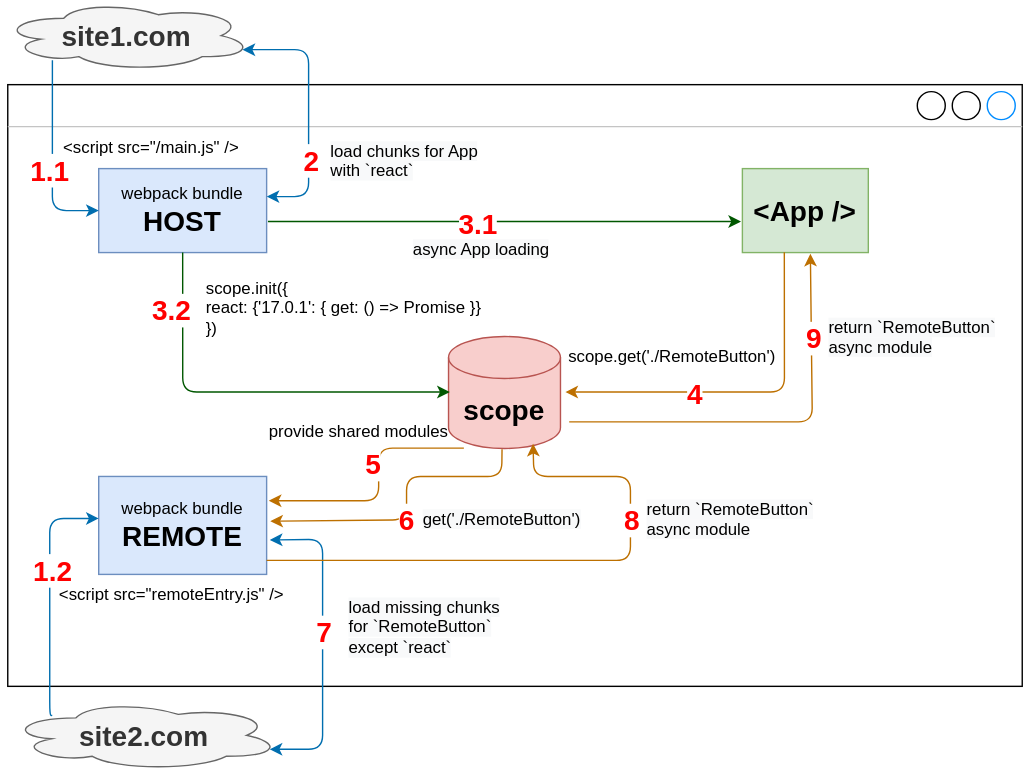
nodkz/conf-talks keeps this draw.io diagram as talks/2020.10.26-webpack-federation/slides/05-mf-architecture/diagram.drawio.svg. Above is the earlier version. Source tidied: cells renumbered, new cells last; positions are measured from the earlier drawing's top-left corner, leaving out a move shared by most shapes. Its diagram source:
```xml
<mxGraphModel>
  <root>
    <mxCell id="0" />
    <mxCell id="1" parent="0" />
    <mxCell id="2" style="strokeWidth=1;shadow=0;dashed=0;align=center;html=1;shape=mxgraph.mockup.containers.window;align=left;verticalAlign=top;spacingLeft=8;strokeColor2=#008cff;strokeColor3=#c4c4c4;fontColor=#666666;mainText=;fontSize=17;labelBackgroundColor=none;" parent="1" vertex="1">
      <mxGeometry x="5" y="60" width="725" height="430" as="geometry" />
    </mxCell>
    <mxCell id="3" value="webpack bundle&lt;br&gt;&lt;b&gt;&lt;font style=&quot;font-size: 20px&quot;&gt;HOST&lt;/font&gt;&lt;/b&gt;" style="rounded=0;whiteSpace=wrap;html=1;fillColor=#dae8fc;strokeColor=#6c8ebf;" parent="1" vertex="1">
      <mxGeometry x="70" y="120" width="120" height="60" as="geometry" />
    </mxCell>
    <mxCell id="4" value="webpack bundle&lt;br&gt;&lt;b&gt;&lt;font style=&quot;font-size: 20px&quot;&gt;REMOTE&lt;/font&gt;&lt;/b&gt;" style="rounded=0;whiteSpace=wrap;html=1;fillColor=#dae8fc;strokeColor=#6c8ebf;" parent="1" vertex="1">
      <mxGeometry x="70" y="340" width="120" height="70" as="geometry" />
    </mxCell>
    <mxCell id="5" value="&lt;b style=&quot;font-size: 20px;&quot;&gt;&lt;br style=&quot;font-size: 20px;&quot;&gt;scope&lt;/b&gt;" style="shape=cylinder2;whiteSpace=wrap;html=1;boundedLbl=1;backgroundOutline=1;size=15;fontSize=20;fillColor=#f8cecc;strokeColor=#b85450;" parent="1" vertex="1">
      <mxGeometry x="320" y="240" width="80" height="80" as="geometry" />
    </mxCell>
    <mxCell id="6" value="scope.init({ &lt;br&gt;&amp;nbsp; react: {'17.0.1': { get: () =&amp;gt; Promise }}&lt;br&gt;})" style="text;html=1;strokeColor=none;align=left;verticalAlign=middle;whiteSpace=wrap;rounded=0;" parent="1" vertex="1">
      <mxGeometry x="145" y="190" width="210" height="60" as="geometry" />
    </mxCell>
    <mxCell id="7" value="&amp;lt;script src=&quot;/main.js&quot; /&amp;gt;" style="text;html=1;strokeColor=none;fillColor=none;align=left;verticalAlign=middle;whiteSpace=wrap;rounded=0;" parent="1" vertex="1">
      <mxGeometry x="43" y="90" width="250" height="30" as="geometry" />
    </mxCell>
    <mxCell id="8" value="&amp;lt;script src=&quot;remoteEntry.js&quot; /&amp;gt;" style="text;html=1;strokeColor=none;fillColor=none;align=left;verticalAlign=middle;whiteSpace=wrap;rounded=0;" parent="1" vertex="1">
      <mxGeometry x="40" y="410" width="250" height="30" as="geometry" />
    </mxCell>
    <mxCell id="9" value="&amp;lt;App /&amp;gt;" style="rounded=0;whiteSpace=wrap;html=1;fontStyle=1;fontSize=20;fillColor=#d5e8d4;strokeColor=#82b366;" parent="1" vertex="1">
      <mxGeometry x="530" y="120" width="90" height="60" as="geometry" />
    </mxCell>
    <mxCell id="10" style="endArrow=classic;html=1;exitX=0.5;exitY=1;exitDx=0;exitDy=0;edgeStyle=orthogonalEdgeStyle;entryX=0.011;entryY=0.496;entryDx=0;entryDy=0;entryPerimeter=0;fillColor=#008a00;strokeColor=#005700;" parent="1" edge="1" source="3" target="5">
      <mxGeometry relative="1" as="geometry">
        <Array as="points">
          <mxPoint x="130" y="280" />
        </Array>
      </mxGeometry>
    </mxCell>
    <mxCell id="11" value="3.2" style="edgeLabel;html=1;align=center;verticalAlign=middle;fontSize=20;fontStyle=1;fontColor=#FF0000;" parent="10" vertex="1">
      <mxGeometry x="-0.14" y="21" relative="1" as="geometry">
        <mxPoint x="-33.6" y="-38.6" as="offset" />
      </mxGeometry>
    </mxCell>
    <mxCell id="12" style="endArrow=classic;html=1;entryX=1.013;entryY=0.248;entryDx=0;entryDy=0;edgeStyle=orthogonalEdgeStyle;entryPerimeter=0;exitX=0.137;exitY=0.997;exitDx=0;exitDy=0;exitPerimeter=0;fillColor=#f0a30a;strokeColor=#BD7000;" parent="1" edge="1" source="5" target="4">
      <mxGeometry relative="1" as="geometry">
        <Array as="points">
          <mxPoint x="270" y="320" />
          <mxPoint x="270" y="357" />
        </Array>
      </mxGeometry>
    </mxCell>
    <mxCell id="13" value="5" style="edgeLabel;html=1;align=center;verticalAlign=middle;fontSize=20;fontStyle=1;fontColor=#FF0000;" parent="12" vertex="1">
      <mxGeometry x="-0.52" y="-3" relative="1" as="geometry">
        <mxPoint x="-23.5" y="13.2" as="offset" />
      </mxGeometry>
    </mxCell>
    <mxCell id="14" style="endArrow=classic;html=1;exitX=0.205;exitY=0.85;exitDx=0;exitDy=0;entryX=0;entryY=0.5;entryDx=0;entryDy=0;edgeStyle=orthogonalEdgeStyle;exitPerimeter=0;fillColor=#1ba1e2;strokeColor=#006EAF;" parent="1" edge="1" source="26" target="3">
      <mxGeometry relative="1" as="geometry">
        <Array as="points">
          <mxPoint x="37" y="150" />
        </Array>
      </mxGeometry>
    </mxCell>
    <mxCell id="15" value="1.1" style="edgeLabel;html=1;align=center;verticalAlign=middle;fontSize=20;fontStyle=1;fontColor=#FF0000;" parent="14" vertex="1">
      <mxGeometry x="-0.14" y="-2" relative="1" as="geometry">
        <mxPoint y="17.5" as="offset" />
      </mxGeometry>
    </mxCell>
    <mxCell id="16" style="endArrow=classic;html=1;exitX=0.163;exitY=0.215;exitDx=0;exitDy=0;exitPerimeter=0;edgeStyle=orthogonalEdgeStyle;fillColor=#1ba1e2;strokeColor=#006EAF;" parent="1" edge="1" source="25">
      <mxGeometry relative="1" as="geometry">
        <mxPoint x="70" y="370" as="targetPoint" />
        <Array as="points">
          <mxPoint x="35" y="511" />
          <mxPoint x="35" y="370" />
        </Array>
      </mxGeometry>
    </mxCell>
    <mxCell id="17" value="1.2" style="edgeLabel;html=1;align=center;verticalAlign=middle;fontSize=20;fontStyle=1;fontColor=#FF0000;" parent="16" vertex="1">
      <mxGeometry x="0.06" y="-1" relative="1" as="geometry">
        <mxPoint y="-12.1" as="offset" />
      </mxGeometry>
    </mxCell>
    <mxCell id="18" style="endArrow=classic;html=1;exitX=0.333;exitY=0.997;exitDx=0;exitDy=0;entryX=1.044;entryY=0.496;entryDx=0;entryDy=0;entryPerimeter=0;edgeStyle=orthogonalEdgeStyle;exitPerimeter=0;fillColor=#f0a30a;strokeColor=#BD7000;" parent="1" edge="1" source="9" target="5">
      <mxGeometry relative="1" as="geometry">
        <Array as="points">
          <mxPoint x="560" y="280" />
        </Array>
      </mxGeometry>
    </mxCell>
    <mxCell id="19" value="4" style="edgeLabel;html=1;align=center;verticalAlign=middle;fontSize=20;fontStyle=1;fontColor=#FF0000;" parent="18" vertex="1">
      <mxGeometry x="-0.19" y="-30" relative="1" as="geometry">
        <mxPoint x="-61.4" y="30.4" as="offset" />
      </mxGeometry>
    </mxCell>
    <mxCell id="20" value="scope.get('./RemoteButton')" style="text;whiteSpace=wrap;html=1;" parent="1" vertex="1">
      <mxGeometry x="404" y="241" width="160" height="30" as="geometry" />
    </mxCell>
    <mxCell id="21" value="provide shared modules" style="text;html=1;strokeColor=none;align=left;verticalAlign=middle;whiteSpace=wrap;rounded=0;" parent="1" vertex="1">
      <mxGeometry x="190" y="300" width="140" height="16" as="geometry" />
    </mxCell>
    <mxCell id="22" value="&lt;meta charset=&quot;utf-8&quot;&gt;&lt;span style=&quot;color: rgb(0, 0, 0); font-family: helvetica; font-size: 12px; font-style: normal; font-weight: 400; letter-spacing: normal; text-align: left; text-indent: 0px; text-transform: none; word-spacing: 0px; background-color: rgb(248, 249, 250); display: inline; float: none;&quot;&gt;get('./RemoteButton')&lt;/span&gt;" style="text;whiteSpace=wrap;html=1;" parent="1" vertex="1">
      <mxGeometry x="299.5" y="357" width="140" height="30" as="geometry" />
    </mxCell>
    <mxCell id="23" style="endArrow=classic;html=1;exitX=1.019;exitY=0.648;exitDx=0;exitDy=0;startArrow=classic;startFill=1;entryX=0.96;entryY=0.7;entryDx=0;entryDy=0;entryPerimeter=0;exitPerimeter=0;fillColor=#1ba1e2;strokeColor=#006EAF;" parent="1" edge="1" source="4" target="25">
      <mxGeometry relative="1" as="geometry">
        <Array as="points">
          <mxPoint x="230" y="385" />
          <mxPoint x="230" y="535" />
        </Array>
      </mxGeometry>
    </mxCell>
    <mxCell id="24" value="7" style="edgeLabel;html=1;align=center;verticalAlign=middle;fontSize=20;fontStyle=1;fontColor=#FF0000;" parent="23" vertex="1">
      <mxGeometry x="-0.49" y="1" relative="1" as="geometry">
        <mxPoint x="-1" y="45.1" as="offset" />
      </mxGeometry>
    </mxCell>
    <mxCell id="25" value="&lt;span style=&quot;font-size: 20px;&quot;&gt;site2.com&lt;/span&gt;" style="ellipse;shape=cloud;whiteSpace=wrap;html=1;fillColor=#f5f5f5;align=center;fontStyle=1;fontSize=20;strokeColor=#666666;fontColor=#333333;" parent="1" vertex="1">
      <mxGeometry x="5" y="500" width="195" height="50" as="geometry" />
    </mxCell>
    <mxCell id="26" value="&lt;span&gt;&lt;font style=&quot;font-size: 20px&quot;&gt;site1.com&lt;/font&gt;&lt;/span&gt;" style="ellipse;shape=cloud;whiteSpace=wrap;html=1;fillColor=#f5f5f5;align=center;fontStyle=1;strokeColor=#666666;fontColor=#333333;" parent="1" vertex="1">
      <mxGeometry width="180" height="50" as="geometry" />
    </mxCell>
    <mxCell id="27" value="&lt;span style=&quot;color: rgb(0 , 0 , 0) ; font-family: &amp;#34;helvetica&amp;#34; ; font-size: 12px ; font-style: normal ; font-weight: 400 ; letter-spacing: normal ; text-align: left ; text-indent: 0px ; text-transform: none ; word-spacing: 0px ; background-color: rgb(248 , 249 , 250) ; display: inline ; float: none&quot;&gt;load missing chunks&lt;br&gt;for `RemoteButton`&lt;br&gt;except `react`&lt;br&gt;&lt;/span&gt;" style="text;whiteSpace=wrap;html=1;" parent="1" vertex="1">
      <mxGeometry x="247" y="420" width="140" height="60" as="geometry" />
    </mxCell>
    <mxCell id="28" style="endArrow=classic;html=1;entryX=0.755;entryY=0.958;entryDx=0;entryDy=0;entryPerimeter=0;fillColor=#f0a30a;strokeColor=#BD7000;" parent="1" edge="1" target="5">
      <mxGeometry relative="1" as="geometry">
        <mxPoint x="190" y="400" as="sourcePoint" />
        <Array as="points">
          <mxPoint x="450" y="400" />
          <mxPoint x="450" y="340" />
          <mxPoint x="381" y="340" />
        </Array>
      </mxGeometry>
    </mxCell>
    <mxCell id="29" value="8" style="edgeLabel;html=1;align=center;verticalAlign=middle;fontSize=20;fontStyle=1;fontColor=#FF0000;" parent="28" vertex="1">
      <mxGeometry x="-0.5" relative="1" as="geometry">
        <mxPoint x="157.7" y="-30" as="offset" />
      </mxGeometry>
    </mxCell>
    <mxCell id="30" style="endArrow=classic;html=1;exitX=0.478;exitY=1.008;exitDx=0;exitDy=0;exitPerimeter=0;entryX=1.022;entryY=0.457;entryDx=0;entryDy=0;entryPerimeter=0;fillColor=#f0a30a;strokeColor=#BD7000;" parent="1" edge="1" source="5" target="4">
      <mxGeometry relative="1" as="geometry">
        <Array as="points">
          <mxPoint x="358" y="340" />
          <mxPoint x="290" y="340" />
          <mxPoint x="290" y="371" />
        </Array>
      </mxGeometry>
    </mxCell>
    <mxCell id="31" value="6" style="edgeLabel;html=1;align=center;verticalAlign=middle;fontSize=20;fontStyle=1;fontColor=#FF0000;" parent="30" vertex="1">
      <mxGeometry x="-0.41" y="1" relative="1" as="geometry">
        <mxPoint x="-24.8" y="29" as="offset" />
      </mxGeometry>
    </mxCell>
    <mxCell id="32" value="&lt;span style=&quot;color: rgb(0 , 0 , 0) ; font-family: &amp;#34;helvetica&amp;#34; ; font-size: 12px ; font-style: normal ; font-weight: 400 ; letter-spacing: normal ; text-align: left ; text-indent: 0px ; text-transform: none ; word-spacing: 0px ; background-color: rgb(248 , 249 , 250) ; display: inline ; float: none&quot;&gt;return `RemoteButton` async module&lt;br&gt;&lt;/span&gt;" style="text;whiteSpace=wrap;html=1;" parent="1" vertex="1">
      <mxGeometry x="460" y="350" width="140" height="60" as="geometry" />
    </mxCell>
    <mxCell id="33" style="endArrow=classic;html=1;exitX=1.078;exitY=0.762;exitDx=0;exitDy=0;exitPerimeter=0;entryX=0.54;entryY=1.014;entryDx=0;entryDy=0;entryPerimeter=0;fillColor=#f0a30a;strokeColor=#BD7000;" parent="1" edge="1" source="5" target="9">
      <mxGeometry relative="1" as="geometry">
        <Array as="points">
          <mxPoint x="580" y="301" />
        </Array>
      </mxGeometry>
    </mxCell>
    <mxCell id="34" value="9" style="edgeLabel;html=1;align=center;verticalAlign=middle;fontSize=20;fontStyle=1;fontColor=#FF0000;" parent="33" vertex="1">
      <mxGeometry x="-0.68" relative="1" as="geometry">
        <mxPoint x="127.1" y="-61" as="offset" />
      </mxGeometry>
    </mxCell>
    <mxCell id="35" value="&lt;span style=&quot;color: rgb(0 , 0 , 0) ; font-family: &amp;#34;helvetica&amp;#34; ; font-size: 12px ; font-style: normal ; font-weight: 400 ; letter-spacing: normal ; text-align: left ; text-indent: 0px ; text-transform: none ; word-spacing: 0px ; background-color: rgb(248 , 249 , 250) ; display: inline ; float: none&quot;&gt;return `RemoteButton` async module&lt;br&gt;&lt;/span&gt;" style="text;whiteSpace=wrap;html=1;" parent="1" vertex="1">
      <mxGeometry x="590" y="220" width="140" height="50" as="geometry" />
    </mxCell>
    <mxCell id="36" value="&lt;span style=&quot;color: rgb(0 , 0 , 0) ; font-family: &amp;#34;helvetica&amp;#34; ; font-size: 12px ; font-style: normal ; font-weight: 400 ; letter-spacing: normal ; text-align: left ; text-indent: 0px ; text-transform: none ; word-spacing: 0px ; background-color: rgb(248 , 249 , 250) ; display: inline ; float: none&quot;&gt;load chunks for App&lt;br&gt;with `react`&lt;br&gt;&lt;/span&gt;" style="text;whiteSpace=wrap;html=1;" parent="1" vertex="1">
      <mxGeometry x="234" y="94" width="140" height="40" as="geometry" />
    </mxCell>
    <mxCell id="37" style="endArrow=classic;html=1;fontSize=20;fontColor=#FF0000;entryX=0.96;entryY=0.7;entryDx=0;entryDy=0;entryPerimeter=0;startArrow=classic;startFill=1;fillColor=#1ba1e2;strokeColor=#006EAF;" parent="1" edge="1" target="26">
      <mxGeometry relative="1" as="geometry">
        <mxPoint x="190" y="140" as="sourcePoint" />
        <Array as="points">
          <mxPoint x="220" y="140" />
          <mxPoint x="220" y="35" />
        </Array>
      </mxGeometry>
    </mxCell>
    <mxCell id="38" value="&lt;span style=&quot;color: rgba(0 , 0 , 0 , 0) ; font-family: monospace ; font-size: 0px ; background-color: rgb(248 , 249 , 250)&quot;&gt;%3CmxGraphModel%3E%3Croot%3E%3CmxCell%20id%3D%220%22%2F%3E%3CmxCell%20id%3D%221%22%20parent%3D%220%22%2F%3E%3CmxCell%20id%3D%222%22%20value%3D%222%22%20style%3D%22edgeLabel%3Bhtml%3D1%3Balign%3Dcenter%3BverticalAlign%3Dmiddle%3Bresizable%3D0%3Bpoints%3D%5B%5D%3BfontSize%3D20%3BfontStyle%3D1%3BfontColor%3D%23FF0000%3B%22%20vertex%3D%221%22%20connectable%3D%220%22%20parent%3D%221%22%3E%3CmxGeometry%20x%3D%22200.001682355801%22%20y%3D%22290.0017522695207%22%20as%3D%22geometry%22%2F%3E%3C%2FmxCell%3E%3C%2Froot%3E%3C%2FmxGraphModel%3E&lt;/span&gt;" style="edgeLabel;html=1;align=center;verticalAlign=middle;fontSize=20;fontColor=#FF0000;" parent="37" vertex="1">
      <mxGeometry x="-0.64" y="-4" relative="1" as="geometry" />
    </mxCell>
    <mxCell id="39" value="2" style="edgeLabel;html=1;align=center;verticalAlign=middle;fontSize=20;fontColor=#FF0000;fontStyle=1;" parent="37" vertex="1">
      <mxGeometry x="-0.59" y="-1" relative="1" as="geometry">
        <mxPoint y="-20.5" as="offset" />
      </mxGeometry>
    </mxCell>
    <mxCell id="40" style="endArrow=classic;html=1;fontSize=20;fontColor=#FF0000;exitX=1.008;exitY=0.63;exitDx=0;exitDy=0;entryX=-0.011;entryY=0.63;entryDx=0;entryDy=0;exitPerimeter=0;entryPerimeter=0;fillColor=#008a00;strokeColor=#005700;" parent="1" edge="1" source="3" target="9">
      <mxGeometry relative="1" as="geometry" />
    </mxCell>
    <mxCell id="41" value="3.1" style="edgeLabel;html=1;align=center;verticalAlign=middle;fontSize=20;fontColor=#FF0000;fontStyle=1;" parent="40" vertex="1">
      <mxGeometry x="-0.17" y="-1" relative="1" as="geometry">
        <mxPoint x="9" as="offset" />
      </mxGeometry>
    </mxCell>
    <mxCell id="42" value="&lt;span style=&quot;color: rgb(0 , 0 , 0) ; font-family: &amp;#34;helvetica&amp;#34; ; font-size: 12px ; font-style: normal ; font-weight: 400 ; letter-spacing: normal ; text-align: left ; text-indent: 0px ; text-transform: none ; word-spacing: 0px ; background-color: rgb(248 , 249 , 250) ; display: inline ; float: none&quot;&gt;async App loading&lt;br&gt;&lt;/span&gt;" style="text;whiteSpace=wrap;html=1;" parent="1" vertex="1">
      <mxGeometry x="292.5" y="164" width="140" height="30" as="geometry" />
    </mxCell>
  </root>
</mxGraphModel>
```
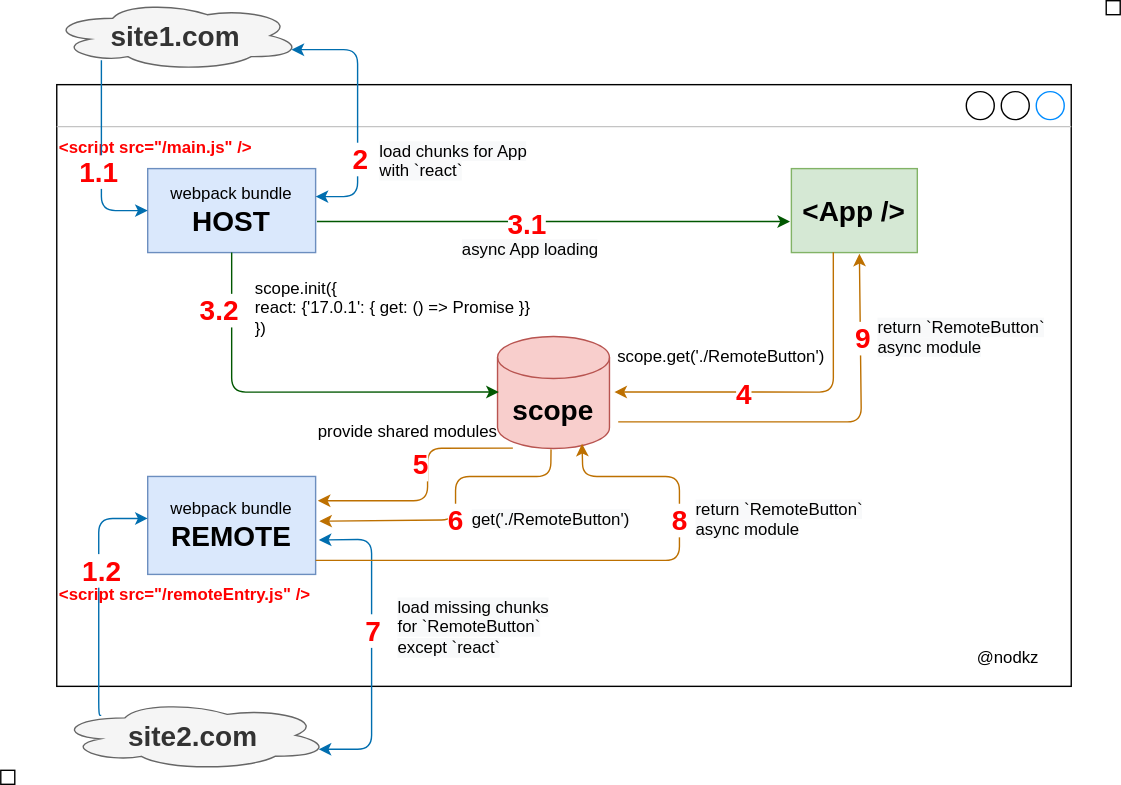
Later version of the same file.

What changed in the source:
```diff
@@ -14,14 +14,14 @@
     <mxCell id="5" value="&lt;b style=&quot;font-size: 20px;&quot;&gt;&lt;br style=&quot;font-size: 20px;&quot;&gt;scope&lt;/b&gt;" style="shape=cylinder2;whiteSpace=wrap;html=1;boundedLbl=1;backgroundOutline=1;size=15;fontSize=20;fillColor=#f8cecc;strokeColor=#b85450;" parent="1" vertex="1">
       <mxGeometry x="320" y="240" width="80" height="80" as="geometry" />
     </mxCell>
-    <mxCell id="6" value="scope.init({ &lt;br&gt;&amp;nbsp; react: {'17.0.1': { get: () =&amp;gt; Promise }}&lt;br&gt;})" style="text;html=1;strokeColor=none;align=left;verticalAlign=middle;whiteSpace=wrap;rounded=0;" parent="1" vertex="1">
-      <mxGeometry x="145" y="190" width="210" height="60" as="geometry" />
+    <mxCell id="6" value="scope.init({ &lt;br&gt;&amp;nbsp; &amp;nbsp; react: {'17.0.1': { get: () =&amp;gt; Promise }}&lt;br&gt;})" style="text;html=1;strokeColor=none;align=left;verticalAlign=middle;whiteSpace=wrap;rounded=0;" parent="1" vertex="1">
+      <mxGeometry x="145" y="190" width="250" height="60" as="geometry" />
     </mxCell>
-    <mxCell id="7" value="&amp;lt;script src=&quot;/main.js&quot; /&amp;gt;" style="text;html=1;strokeColor=none;fillColor=none;align=left;verticalAlign=middle;whiteSpace=wrap;rounded=0;" parent="1" vertex="1">
-      <mxGeometry x="43" y="90" width="250" height="30" as="geometry" />
+    <mxCell id="7" value="&amp;lt;script src=&quot;/main.js&quot; /&amp;gt;" style="text;html=1;strokeColor=none;fillColor=none;align=left;verticalAlign=middle;whiteSpace=wrap;rounded=0;fontStyle=1;fontColor=#FF0000;" parent="1" vertex="1">
+      <mxGeometry x="5" y="90" width="250" height="30" as="geometry" />
     </mxCell>
-    <mxCell id="8" value="&amp;lt;script src=&quot;remoteEntry.js&quot; /&amp;gt;" style="text;html=1;strokeColor=none;fillColor=none;align=left;verticalAlign=middle;whiteSpace=wrap;rounded=0;" parent="1" vertex="1">
-      <mxGeometry x="40" y="410" width="250" height="30" as="geometry" />
+    <mxCell id="8" value="&amp;lt;script src=&quot;/remoteEntry.js&quot; /&amp;gt;" style="text;html=1;strokeColor=none;fillColor=none;align=left;verticalAlign=middle;whiteSpace=wrap;rounded=0;fontStyle=1;fontColor=#FF0000;" parent="1" vertex="1">
+      <mxGeometry x="5" y="410" width="250" height="30" as="geometry" />
     </mxCell>
     <mxCell id="9" value="&amp;lt;App /&amp;gt;" style="rounded=0;whiteSpace=wrap;html=1;fontStyle=1;fontSize=20;fillColor=#d5e8d4;strokeColor=#82b366;" parent="1" vertex="1">
       <mxGeometry x="530" y="120" width="90" height="60" as="geometry" />
@@ -198,5 +198,14 @@
     <mxCell id="42" value="&lt;span style=&quot;color: rgb(0 , 0 , 0) ; font-family: &amp;#34;helvetica&amp;#34; ; font-size: 12px ; font-style: normal ; font-weight: 400 ; letter-spacing: normal ; text-align: left ; text-indent: 0px ; text-transform: none ; word-spacing: 0px ; background-color: rgb(248 , 249 , 250) ; display: inline ; float: none&quot;&gt;async App loading&lt;br&gt;&lt;/span&gt;" style="text;whiteSpace=wrap;html=1;" parent="1" vertex="1">
       <mxGeometry x="292.5" y="164" width="140" height="30" as="geometry" />
     </mxCell>
+    <mxCell id="43" value="@nodkz" style="text;html=1;strokeColor=none;fillColor=none;align=center;verticalAlign=middle;whiteSpace=wrap;rounded=0;" parent="1" vertex="1">
+      <mxGeometry x="665" y="460" width="40" height="20" as="geometry" />
+    </mxCell>
+    <mxCell id="44" style="rounded=0;whiteSpace=wrap;html=1;" parent="1" vertex="1">
+      <mxGeometry x="-35" y="550" width="10" height="10" as="geometry" />
+    </mxCell>
+    <mxCell id="45" style="rounded=0;whiteSpace=wrap;html=1;" parent="1" vertex="1">
+      <mxGeometry x="755" width="10" height="10" as="geometry" />
+    </mxCell>
   </root>
 </mxGraphModel>
```
